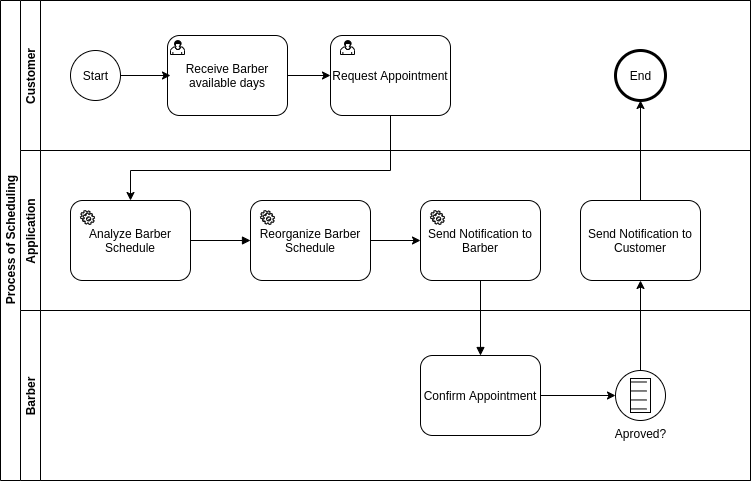
Earlier version of the draw.io export BPMN DIAGRAM - GOBARBER.png (kielkow/GoBarber-2.0-Back-end). Source tidied: cells renumbered, new cells last; positions are measured from the earlier drawing's top-left corner, leaving out a move shared by most shapes. The source it was exported from:
```xml
<mxGraphModel>
  <root>
    <mxCell id="0" />
    <mxCell id="1" parent="0" />
    <mxCell id="2" value="Process of Scheduling" style="swimlane;html=1;horizontal=0;startSize=20;" parent="1" vertex="1">
      <mxGeometry width="750" height="480" as="geometry" />
    </mxCell>
    <mxCell id="3" value="Customer" style="swimlane;startSize=20;horizontal=0;" parent="2" vertex="1">
      <mxGeometry x="20" width="730" height="150" as="geometry" />
    </mxCell>
    <mxCell id="4" style="shape=mxgraph.bpmn.shape;html=1;verticalLabelPosition=bottom;labelBackgroundColor=#ffffff;verticalAlign=top;align=center;perimeter=ellipsePerimeter;outlineConnect=0;outline=standard;symbol=general;" parent="3" vertex="1">
      <mxGeometry x="50" y="50" width="50" height="50" as="geometry" />
    </mxCell>
    <mxCell id="5" style="edgeStyle=orthogonalEdgeStyle;rounded=0;jettySize=auto;html=1;exitX=1;exitY=0.5;exitDx=0;exitDy=0;entryX=0;entryY=0.5;entryDx=0;entryDy=0;" parent="3" edge="1" source="6" target="8">
      <mxGeometry relative="1" as="geometry" />
    </mxCell>
    <mxCell id="6" value="Receive Barber available days" style="shape=ext;rounded=1;html=1;whiteSpace=wrap;" parent="3" vertex="1">
      <mxGeometry x="147" y="35" width="120" height="80" as="geometry" />
    </mxCell>
    <mxCell id="7" style="shape=mxgraph.bpmn.user_task;html=1;" parent="3" vertex="1">
      <mxGeometry x="150" y="40" width="14" height="14" as="geometry" />
    </mxCell>
    <mxCell id="8" value="Request Appointment" style="shape=ext;rounded=1;html=1;whiteSpace=wrap;" parent="3" vertex="1">
      <mxGeometry x="310" y="35" width="120" height="80" as="geometry" />
    </mxCell>
    <mxCell id="9" style="shape=mxgraph.bpmn.user_task;html=1;" parent="3" vertex="1">
      <mxGeometry x="320" y="40" width="14" height="14" as="geometry" />
    </mxCell>
    <mxCell id="10" style="shape=mxgraph.bpmn.shape;html=1;verticalLabelPosition=bottom;labelBackgroundColor=#ffffff;verticalAlign=top;align=center;perimeter=ellipsePerimeter;outlineConnect=0;outline=end;symbol=general;" parent="3" vertex="1">
      <mxGeometry x="595" y="50" width="50" height="50" as="geometry" />
    </mxCell>
    <mxCell id="11" value="Start" style="text;html=1;align=center;verticalAlign=middle;" parent="3" vertex="1">
      <mxGeometry x="55" y="65" width="40" height="20" as="geometry" />
    </mxCell>
    <mxCell id="12" value="End" style="text;html=1;align=center;verticalAlign=middle;" parent="3" vertex="1">
      <mxGeometry x="600" y="65" width="40" height="20" as="geometry" />
    </mxCell>
    <mxCell id="13" value="Application" style="swimlane;startSize=20;horizontal=0;" parent="2" vertex="1">
      <mxGeometry x="20" y="150" width="730" height="160" as="geometry" />
    </mxCell>
    <mxCell id="14" value="Analyze Barber Schedule" style="shape=ext;rounded=1;html=1;whiteSpace=wrap;" parent="13" vertex="1">
      <mxGeometry x="50" y="50" width="120" height="80" as="geometry" />
    </mxCell>
    <mxCell id="15" style="edgeStyle=orthogonalEdgeStyle;rounded=0;jettySize=auto;html=1;exitX=1;exitY=0.5;exitDx=0;exitDy=0;entryX=0;entryY=0.5;entryDx=0;entryDy=0;" parent="13" edge="1" source="16" target="18">
      <mxGeometry relative="1" as="geometry" />
    </mxCell>
    <mxCell id="16" value="Reorganize Barber Schedule" style="shape=ext;rounded=1;html=1;whiteSpace=wrap;" parent="13" vertex="1">
      <mxGeometry x="230" y="50" width="120" height="80" as="geometry" />
    </mxCell>
    <mxCell id="17" style="endArrow=block;endFill=1;endSize=6;html=1;exitX=1;exitY=0.5;exitDx=0;exitDy=0;entryX=0;entryY=0.5;entryDx=0;entryDy=0;" parent="13" edge="1" source="14" target="16">
      <mxGeometry relative="1" as="geometry" />
    </mxCell>
    <mxCell id="18" value="Send Notification to Barber" style="shape=ext;rounded=1;html=1;whiteSpace=wrap;" parent="13" vertex="1">
      <mxGeometry x="400" y="50" width="120" height="80" as="geometry" />
    </mxCell>
    <mxCell id="19" style="shape=mxgraph.bpmn.service_task;html=1;" parent="13" vertex="1">
      <mxGeometry x="60" y="60" width="14" height="14" as="geometry" />
    </mxCell>
    <mxCell id="20" style="shape=mxgraph.bpmn.service_task;html=1;" parent="13" vertex="1">
      <mxGeometry x="240" y="60" width="14" height="14" as="geometry" />
    </mxCell>
    <mxCell id="21" style="shape=mxgraph.bpmn.service_task;html=1;" parent="13" vertex="1">
      <mxGeometry x="410" y="60" width="14" height="14" as="geometry" />
    </mxCell>
    <mxCell id="22" value="Send Notification to Customer" style="shape=ext;rounded=1;html=1;whiteSpace=wrap;" parent="13" vertex="1">
      <mxGeometry x="560" y="50" width="120" height="80" as="geometry" />
    </mxCell>
    <mxCell id="23" value="Barber" style="swimlane;startSize=20;horizontal=0;" parent="2" vertex="1">
      <mxGeometry x="20" y="310" width="730" height="170" as="geometry" />
    </mxCell>
    <mxCell id="24" style="edgeStyle=orthogonalEdgeStyle;rounded=0;jettySize=auto;html=1;exitX=1;exitY=0.5;exitDx=0;exitDy=0;entryX=0;entryY=0.5;entryDx=0;entryDy=0;" parent="23" edge="1" source="25" target="26">
      <mxGeometry relative="1" as="geometry" />
    </mxCell>
    <mxCell id="25" value="Confirm Appointment" style="shape=ext;rounded=1;html=1;whiteSpace=wrap;" parent="23" vertex="1">
      <mxGeometry x="400" y="45" width="120" height="80" as="geometry" />
    </mxCell>
    <mxCell id="26" value="Aproved?" style="shape=mxgraph.bpmn.shape;html=1;verticalLabelPosition=bottom;labelBackgroundColor=#ffffff;verticalAlign=top;align=center;perimeter=ellipsePerimeter;outlineConnect=0;outline=standard;symbol=conditional;" parent="23" vertex="1">
      <mxGeometry x="595" y="60" width="50" height="50" as="geometry" />
    </mxCell>
    <mxCell id="27" style="edgeStyle=orthogonalEdgeStyle;rounded=0;jettySize=auto;html=1;exitX=0.5;exitY=1;exitDx=0;exitDy=0;entryX=0.5;entryY=0;entryDx=0;entryDy=0;" parent="2" edge="1" source="8" target="14">
      <mxGeometry relative="1" as="geometry">
        <Array as="points">
          <mxPoint x="390" y="170" />
          <mxPoint x="130" y="170" />
        </Array>
      </mxGeometry>
    </mxCell>
    <mxCell id="28" style="endArrow=block;endFill=1;endSize=6;html=1;exitX=0.5;exitY=1;exitDx=0;exitDy=0;entryX=0.5;entryY=0;entryDx=0;entryDy=0;" parent="2" edge="1" source="18" target="25">
      <mxGeometry relative="1" as="geometry" />
    </mxCell>
    <mxCell id="29" style="edgeStyle=orthogonalEdgeStyle;rounded=0;jettySize=auto;html=1;exitX=0.5;exitY=0;exitDx=0;exitDy=0;entryX=0.5;entryY=1;entryDx=0;entryDy=0;" parent="2" edge="1" source="26" target="22">
      <mxGeometry relative="1" as="geometry" />
    </mxCell>
    <mxCell id="30" style="edgeStyle=orthogonalEdgeStyle;rounded=0;jettySize=auto;html=1;exitX=0.5;exitY=0;exitDx=0;exitDy=0;entryX=0.5;entryY=1;entryDx=0;entryDy=0;" parent="2" edge="1" source="22" target="10">
      <mxGeometry relative="1" as="geometry" />
    </mxCell>
    <mxCell id="31" style="edgeStyle=orthogonalEdgeStyle;rounded=0;jettySize=auto;html=1;exitX=1;exitY=0.5;exitDx=0;exitDy=0;" parent="1" edge="1" source="4">
      <mxGeometry relative="1" as="geometry">
        <mxPoint x="170" y="75" as="targetPoint" />
      </mxGeometry>
    </mxCell>
  </root>
</mxGraphModel>
```
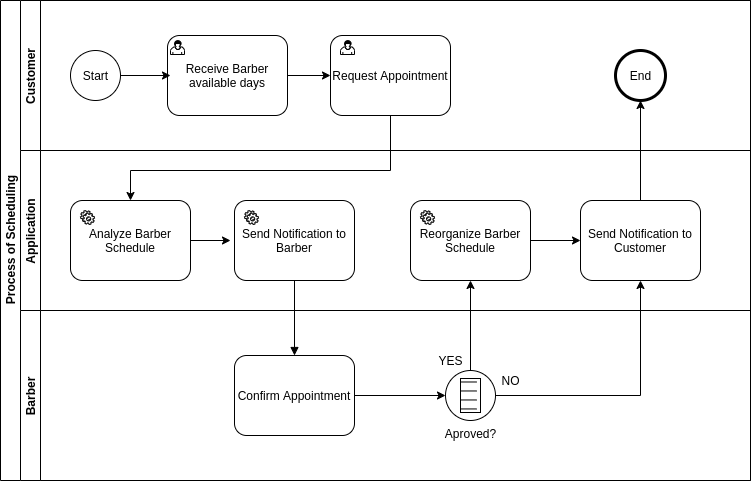
The same diagram one commit later.

Commit message:
Update BPMN DIAGRAM - GOBARBER

Diff of the diagram source:
```diff
@@ -41,30 +41,27 @@
     <mxCell id="14" value="Analyze Barber Schedule" style="shape=ext;rounded=1;html=1;whiteSpace=wrap;" parent="13" vertex="1">
       <mxGeometry x="50" y="50" width="120" height="80" as="geometry" />
     </mxCell>
-    <mxCell id="15" style="edgeStyle=orthogonalEdgeStyle;rounded=0;jettySize=auto;html=1;exitX=1;exitY=0.5;exitDx=0;exitDy=0;entryX=0;entryY=0.5;entryDx=0;entryDy=0;" parent="13" edge="1" source="16" target="18">
-      <mxGeometry relative="1" as="geometry" />
-    </mxCell>
-    <mxCell id="16" value="Reorganize Barber Schedule" style="shape=ext;rounded=1;html=1;whiteSpace=wrap;" parent="13" vertex="1">
-      <mxGeometry x="230" y="50" width="120" height="80" as="geometry" />
-    </mxCell>
-    <mxCell id="17" style="endArrow=block;endFill=1;endSize=6;html=1;exitX=1;exitY=0.5;exitDx=0;exitDy=0;entryX=0;entryY=0.5;entryDx=0;entryDy=0;" parent="13" edge="1" source="14" target="16">
-      <mxGeometry relative="1" as="geometry" />
-    </mxCell>
     <mxCell id="18" value="Send Notification to Barber" style="shape=ext;rounded=1;html=1;whiteSpace=wrap;" parent="13" vertex="1">
-      <mxGeometry x="400" y="50" width="120" height="80" as="geometry" />
+      <mxGeometry x="214" y="50" width="120" height="80" as="geometry" />
     </mxCell>
     <mxCell id="19" style="shape=mxgraph.bpmn.service_task;html=1;" parent="13" vertex="1">
       <mxGeometry x="60" y="60" width="14" height="14" as="geometry" />
     </mxCell>
-    <mxCell id="20" style="shape=mxgraph.bpmn.service_task;html=1;" parent="13" vertex="1">
-      <mxGeometry x="240" y="60" width="14" height="14" as="geometry" />
-    </mxCell>
     <mxCell id="21" style="shape=mxgraph.bpmn.service_task;html=1;" parent="13" vertex="1">
-      <mxGeometry x="410" y="60" width="14" height="14" as="geometry" />
+      <mxGeometry x="224" y="60" width="14" height="14" as="geometry" />
     </mxCell>
     <mxCell id="22" value="Send Notification to Customer" style="shape=ext;rounded=1;html=1;whiteSpace=wrap;" parent="13" vertex="1">
       <mxGeometry x="560" y="50" width="120" height="80" as="geometry" />
     </mxCell>
+    <mxCell id="32" style="edgeStyle=orthogonalEdgeStyle;rounded=0;jettySize=auto;html=1;exitX=1;exitY=0.5;exitDx=0;exitDy=0;entryX=0;entryY=0.5;entryDx=0;entryDy=0;" parent="13" edge="1" source="16" target="22">
+      <mxGeometry relative="1" as="geometry" />
+    </mxCell>
+    <mxCell id="16" value="Reorganize Barber Schedule" style="shape=ext;rounded=1;html=1;whiteSpace=wrap;" parent="13" vertex="1">
+      <mxGeometry x="390" y="50" width="120" height="80" as="geometry" />
+    </mxCell>
+    <mxCell id="20" style="shape=mxgraph.bpmn.service_task;html=1;" parent="13" vertex="1">
+      <mxGeometry x="400" y="60" width="14" height="14" as="geometry" />
+    </mxCell>
     <mxCell id="23" value="Barber" style="swimlane;startSize=20;horizontal=0;" parent="2" vertex="1">
       <mxGeometry x="20" y="310" width="730" height="170" as="geometry" />
     </mxCell>
@@ -72,11 +69,17 @@
       <mxGeometry relative="1" as="geometry" />
     </mxCell>
     <mxCell id="25" value="Confirm Appointment" style="shape=ext;rounded=1;html=1;whiteSpace=wrap;" parent="23" vertex="1">
-      <mxGeometry x="400" y="45" width="120" height="80" as="geometry" />
+      <mxGeometry x="214" y="45" width="120" height="80" as="geometry" />
     </mxCell>
     <mxCell id="26" value="Aproved?" style="shape=mxgraph.bpmn.shape;html=1;verticalLabelPosition=bottom;labelBackgroundColor=#ffffff;verticalAlign=top;align=center;perimeter=ellipsePerimeter;outlineConnect=0;outline=standard;symbol=conditional;" parent="23" vertex="1">
-      <mxGeometry x="595" y="60" width="50" height="50" as="geometry" />
+      <mxGeometry x="425" y="60" width="50" height="50" as="geometry" />
     </mxCell>
+    <mxCell id="33" value="YES" style="text;html=1;align=center;verticalAlign=middle;" parent="23" vertex="1">
+      <mxGeometry x="410" y="40" width="40" height="20" as="geometry" />
+    </mxCell>
+    <mxCell id="34" value="NO" style="text;html=1;align=center;verticalAlign=middle;" parent="23" vertex="1">
+      <mxGeometry x="475" y="60" width="30" height="20" as="geometry" />
+    </mxCell>
     <mxCell id="27" style="edgeStyle=orthogonalEdgeStyle;rounded=0;jettySize=auto;html=1;exitX=0.5;exitY=1;exitDx=0;exitDy=0;entryX=0.5;entryY=0;entryDx=0;entryDy=0;" parent="2" edge="1" source="8" target="14">
       <mxGeometry relative="1" as="geometry">
         <Array as="points">
@@ -88,16 +91,24 @@
     <mxCell id="28" style="endArrow=block;endFill=1;endSize=6;html=1;exitX=0.5;exitY=1;exitDx=0;exitDy=0;entryX=0.5;entryY=0;entryDx=0;entryDy=0;" parent="2" edge="1" source="18" target="25">
       <mxGeometry relative="1" as="geometry" />
     </mxCell>
+    <mxCell id="30" style="edgeStyle=orthogonalEdgeStyle;rounded=0;jettySize=auto;html=1;exitX=0.5;exitY=0;exitDx=0;exitDy=0;entryX=0.5;entryY=1;entryDx=0;entryDy=0;" parent="2" edge="1" source="22" target="10">
+      <mxGeometry relative="1" as="geometry" />
+    </mxCell>
+    <mxCell id="35" style="edgeStyle=orthogonalEdgeStyle;rounded=0;jettySize=auto;html=1;exitX=0.5;exitY=0;exitDx=0;exitDy=0;entryX=0.5;entryY=1;entryDx=0;entryDy=0;" parent="2" edge="1" source="26" target="16">
+      <mxGeometry relative="1" as="geometry" />
+    </mxCell>
-    <mxCell id="29" style="edgeStyle=orthogonalEdgeStyle;rounded=0;jettySize=auto;html=1;exitX=0.5;exitY=0;exitDx=0;exitDy=0;entryX=0.5;entryY=1;entryDx=0;entryDy=0;" parent="2" edge="1" source="26" target="22">
+    <mxCell id="29" style="edgeStyle=orthogonalEdgeStyle;rounded=0;jettySize=auto;html=1;exitX=1;exitY=0.5;exitDx=0;exitDy=0;entryX=0.5;entryY=1;entryDx=0;entryDy=0;" parent="2" edge="1" source="26" target="22">
       <mxGeometry relative="1" as="geometry" />
     </mxCell>
-    <mxCell id="30" style="edgeStyle=orthogonalEdgeStyle;rounded=0;jettySize=auto;html=1;exitX=0.5;exitY=0;exitDx=0;exitDy=0;entryX=0.5;entryY=1;entryDx=0;entryDy=0;" parent="2" edge="1" source="22" target="10">
-      <mxGeometry relative="1" as="geometry" />
-    </mxCell>
     <mxCell id="31" style="edgeStyle=orthogonalEdgeStyle;rounded=0;jettySize=auto;html=1;exitX=1;exitY=0.5;exitDx=0;exitDy=0;" parent="1" edge="1" source="4">
       <mxGeometry relative="1" as="geometry">
         <mxPoint x="170" y="75" as="targetPoint" />
       </mxGeometry>
     </mxCell>
+    <mxCell id="36" style="edgeStyle=orthogonalEdgeStyle;rounded=0;jettySize=auto;html=1;exitX=1;exitY=0.5;exitDx=0;exitDy=0;" parent="1" edge="1" source="14">
+      <mxGeometry relative="1" as="geometry">
+        <mxPoint x="230" y="240" as="targetPoint" />
+      </mxGeometry>
+    </mxCell>
   </root>
 </mxGraphModel>
```
